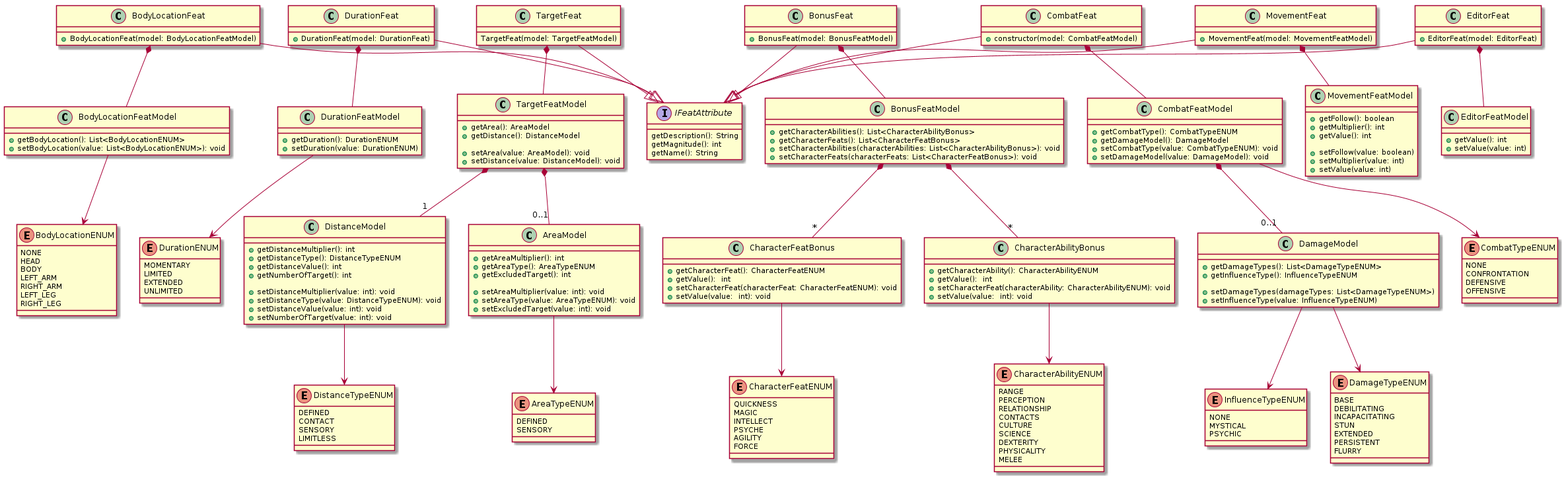
Before: docs/UML/attributes.png, a diagram exported from PlantUML (GhChancellor/HeroesWithoutHope).
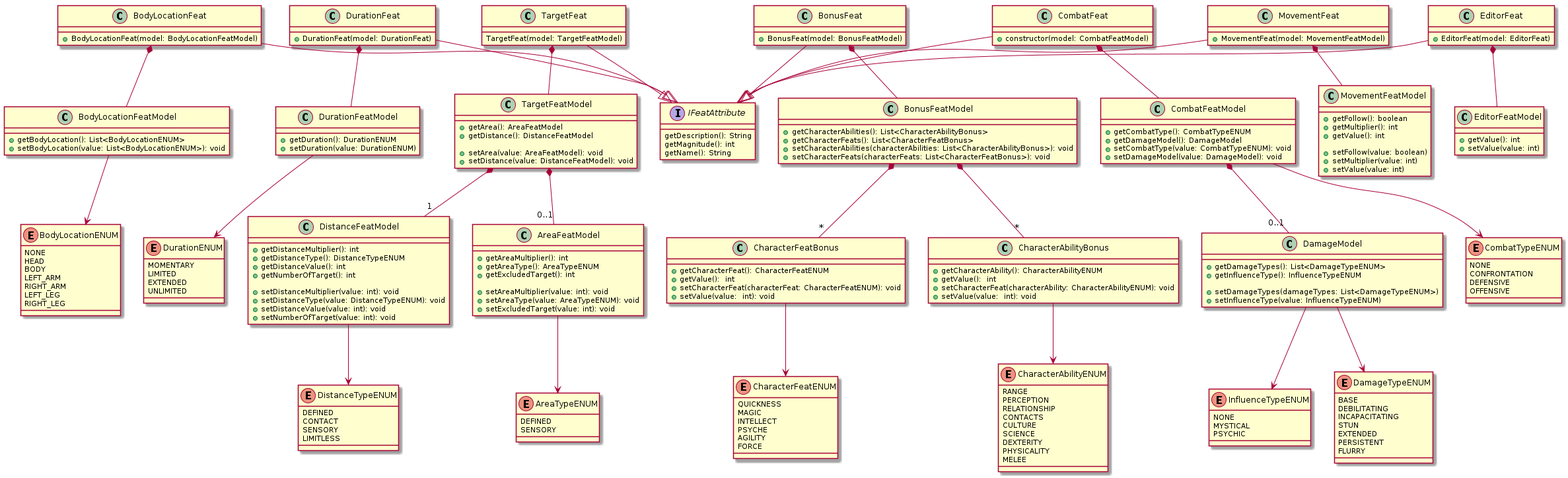
After the commit.

Commit message:
Corregge il nome delle classi di modello per area e distanza

The edit, as a diff of the source:
```diff
@@ -46,14 +46,14 @@
 DurationFeat *-- DurationFeatModel
 
 class TargetFeatModel {
-        + getArea(): AreaModel
-        + getDistance(): DistanceModel
+        + getArea(): AreaFeatModel
+        + getDistance(): DistanceFeatModel
 
-        + setArea(value: AreaModel): void
-        + setDistance(value: DistanceModel): void
+        + setArea(value: AreaFeatModel): void
+        + setDistance(value: DistanceFeatModel): void
 }
-TargetFeatModel *-- "1" DistanceModel
-TargetFeatModel *-- "0..1" AreaModel
+TargetFeatModel *-- "1" DistanceFeatModel
+TargetFeatModel *-- "0..1" AreaFeatModel
 
 class TargetFeat {
         TargetFeat(model: TargetFeatModel)
@@ -67,7 +67,7 @@
         SENSORY
         LIMITLESS
 }
-class DistanceModel  {
+class DistanceFeatModel  {
         + getDistanceMultiplier(): int
         + getDistanceType(): DistanceTypeENUM
         + getDistanceValue(): int
@@ -78,13 +78,13 @@
         + setDistanceValue(value: int): void
         + setNumberOfTarget(value: int): void
 }
-DistanceModel --> DistanceTypeENUM
+DistanceFeatModel --> DistanceTypeENUM
 
 enum AreaTypeENUM {
         DEFINED
         SENSORY
 }
-class AreaModel {
+class AreaFeatModel {
         + getAreaMultiplier(): int
         + getAreaType(): AreaTypeENUM
         + getExcludedTarget(): int
@@ -93,7 +93,7 @@
         + setAreaType(value: AreaTypeENUM): void
         + setExcludedTarget(value: int): void
 }
-AreaModel --> AreaTypeENUM
+AreaFeatModel --> AreaTypeENUM
 
 
 
```
